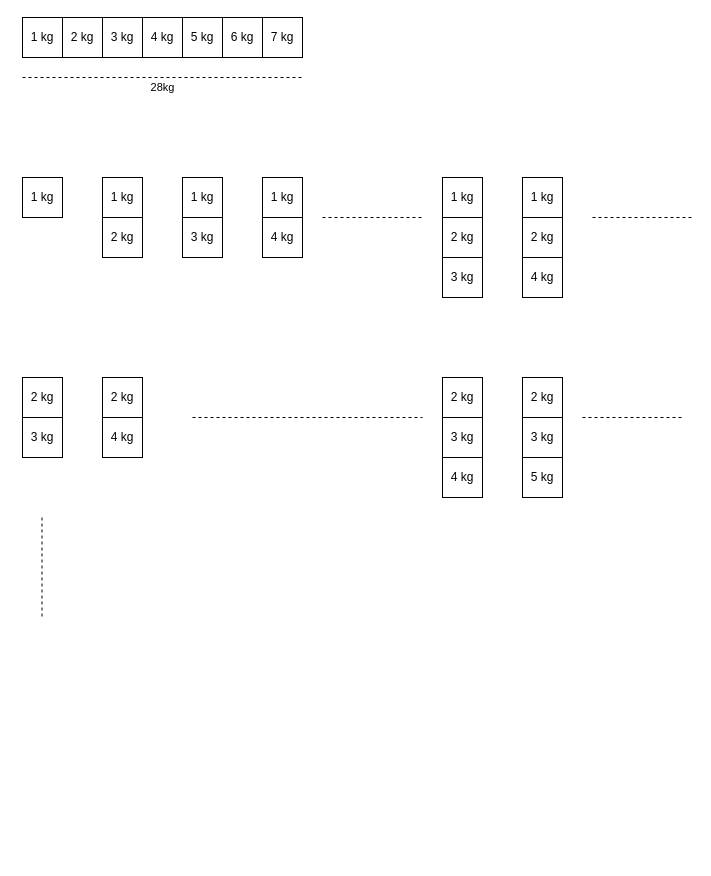
The draw.io diagram page "combination" (4 of 5) of leetcode/last-stone-weight-2/LastStoneWeight2.drawio in ledongthuc/notes, before the edit. Source tidied: cells renumbered, new cells numbered last; positions are measured from the earlier drawing's top-left corner, leaving out a move shared by most shapes. Both pictures are drawn from the tidied source at 100%, with x=0, y=0 at pixel (22, 17).
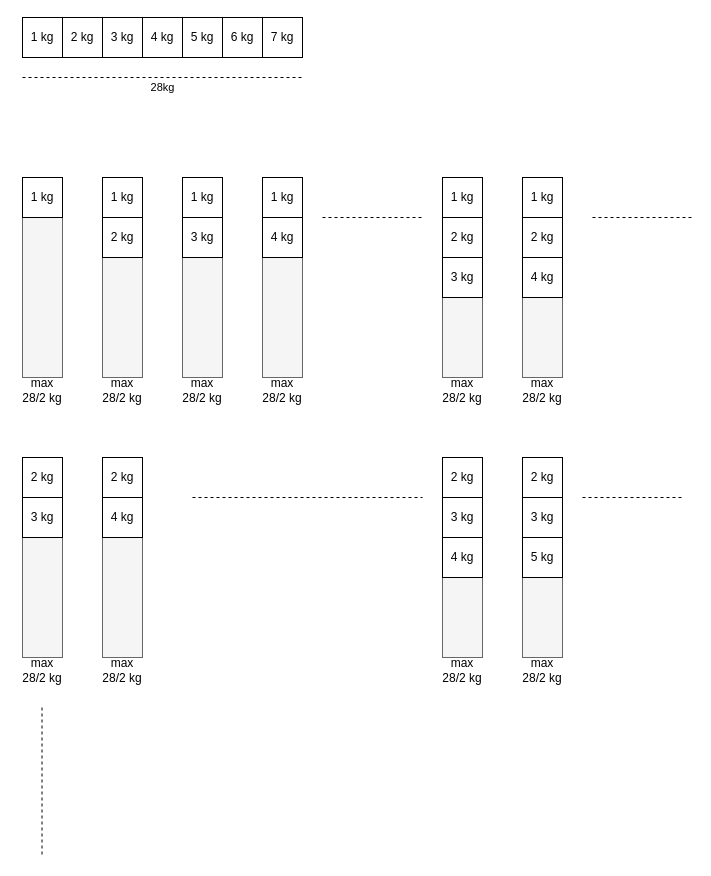
After the change.

Commit message (it also covers changes not shown here):
last stone weight 2

What changed in the source:
```diff
@@
+    <mxCell id="38" style="rounded=0;whiteSpace=wrap;html=1;fillColor=#f5f5f5;strokeColor=#666666;fontColor=#333333;" parent="1" vertex="1">
+      <mxGeometry x="80" y="160" width="40" height="200" as="geometry" />
+    </mxCell>
+    <mxCell id="39" style="rounded=0;whiteSpace=wrap;html=1;fillColor=#f5f5f5;strokeColor=#666666;fontColor=#333333;" parent="1" vertex="1">
+      <mxGeometry y="160" width="40" height="200" as="geometry" />
+    </mxCell>
+    <mxCell id="40" style="rounded=0;whiteSpace=wrap;html=1;fillColor=#f5f5f5;strokeColor=#666666;fontColor=#333333;" parent="1" vertex="1">
+      <mxGeometry x="160" y="160" width="40" height="200" as="geometry" />
+    </mxCell>
+    <mxCell id="41" style="rounded=0;whiteSpace=wrap;html=1;fillColor=#f5f5f5;strokeColor=#666666;fontColor=#333333;" parent="1" vertex="1">
+      <mxGeometry x="240" y="160" width="40" height="200" as="geometry" />
+    </mxCell>
+    <mxCell id="42" style="rounded=0;whiteSpace=wrap;html=1;fillColor=#f5f5f5;strokeColor=#666666;fontColor=#333333;" parent="1" vertex="1">
+      <mxGeometry x="420" y="160" width="40" height="200" as="geometry" />
+    </mxCell>
+    <mxCell id="43" style="rounded=0;whiteSpace=wrap;html=1;fillColor=#f5f5f5;strokeColor=#666666;fontColor=#333333;" parent="1" vertex="1">
+      <mxGeometry x="500" y="160" width="40" height="200" as="geometry" />
+    </mxCell>
+    <mxCell id="44" style="rounded=0;whiteSpace=wrap;html=1;fillColor=#f5f5f5;strokeColor=#666666;fontColor=#333333;" parent="1" vertex="1">
+      <mxGeometry x="500" y="440" width="40" height="200" as="geometry" />
+    </mxCell>
+    <mxCell id="45" style="rounded=0;whiteSpace=wrap;html=1;fillColor=#f5f5f5;strokeColor=#666666;fontColor=#333333;" parent="1" vertex="1">
+      <mxGeometry x="420" y="440" width="40" height="200" as="geometry" />
+    </mxCell>
+    <mxCell id="46" style="rounded=0;whiteSpace=wrap;html=1;fillColor=#f5f5f5;strokeColor=#666666;fontColor=#333333;" parent="1" vertex="1">
+      <mxGeometry x="80" y="440" width="40" height="200" as="geometry" />
+    </mxCell>
+    <mxCell id="47" style="rounded=0;whiteSpace=wrap;html=1;fillColor=#f5f5f5;strokeColor=#666666;fontColor=#333333;" parent="1" vertex="1">
+      <mxGeometry y="440" width="40" height="200" as="geometry" />
+    </mxCell>
+    <mxCell id="48" value="max 28/2 kg" style="text;html=1;strokeColor=none;fillColor=none;align=center;verticalAlign=middle;whiteSpace=wrap;rounded=0;" parent="1" vertex="1">
+      <mxGeometry x="-5" y="643" width="50" height="20" as="geometry" />
+    </mxCell>
+    <mxCell id="49" value="max 28/2 kg" style="text;html=1;strokeColor=none;fillColor=none;align=center;verticalAlign=middle;whiteSpace=wrap;rounded=0;" parent="1" vertex="1">
+      <mxGeometry x="75" y="363" width="50" height="20" as="geometry" />
+    </mxCell>
@@
     <mxCell id="24" value="2 kg" style="rounded=0;whiteSpace=wrap;html=1;" parent="1" vertex="1">
-      <mxGeometry y="360" width="40" height="40" as="geometry" />
+      <mxGeometry y="440" width="40" height="40" as="geometry" />
     </mxCell>
     <mxCell id="25" value="3 kg" style="rounded=0;whiteSpace=wrap;html=1;" parent="1" vertex="1">
-      <mxGeometry y="400" width="40" height="40" as="geometry" />
+      <mxGeometry y="480" width="40" height="40" as="geometry" />
     </mxCell>
     <mxCell id="26" value="2 kg" style="rounded=0;whiteSpace=wrap;html=1;" parent="1" vertex="1">
-      <mxGeometry x="80" y="360" width="40" height="40" as="geometry" />
+      <mxGeometry x="80" y="440" width="40" height="40" as="geometry" />
     </mxCell>
     <mxCell id="27" value="4 kg" style="rounded=0;whiteSpace=wrap;html=1;" parent="1" vertex="1">
-      <mxGeometry x="80" y="400" width="40" height="40" as="geometry" />
+      <mxGeometry x="80" y="480" width="40" height="40" as="geometry" />
     </mxCell>
@@
     <mxCell id="29" style="endArrow=none;dashed=1;html=1;" parent="1" edge="1">
       <mxGeometry relative="1" as="geometry">
-        <mxPoint x="170" y="400" as="sourcePoint" />
-        <mxPoint x="400" y="400" as="targetPoint" />
+        <mxPoint x="170" y="480" as="sourcePoint" />
+        <mxPoint x="400" y="480" as="targetPoint" />
       </mxGeometry>
     </mxCell>
     <mxCell id="30" value="2 kg" style="rounded=0;whiteSpace=wrap;html=1;" parent="1" vertex="1">
-      <mxGeometry x="420" y="360" width="40" height="40" as="geometry" />
+      <mxGeometry x="420" y="440" width="40" height="40" as="geometry" />
     </mxCell>
     <mxCell id="31" value="3 kg" style="rounded=0;whiteSpace=wrap;html=1;" parent="1" vertex="1">
-      <mxGeometry x="420" y="400" width="40" height="40" as="geometry" />
+      <mxGeometry x="420" y="480" width="40" height="40" as="geometry" />
     </mxCell>
     <mxCell id="32" value="4 kg" style="rounded=0;whiteSpace=wrap;html=1;" parent="1" vertex="1">
-      <mxGeometry x="420" y="440" width="40" height="40" as="geometry" />
+      <mxGeometry x="420" y="520" width="40" height="40" as="geometry" />
     </mxCell>
     <mxCell id="33" value="2 kg" style="rounded=0;whiteSpace=wrap;html=1;" parent="1" vertex="1">
-      <mxGeometry x="500" y="360" width="40" height="40" as="geometry" />
+      <mxGeometry x="500" y="440" width="40" height="40" as="geometry" />
     </mxCell>
     <mxCell id="34" value="3 kg" style="rounded=0;whiteSpace=wrap;html=1;" parent="1" vertex="1">
-      <mxGeometry x="500" y="400" width="40" height="40" as="geometry" />
+      <mxGeometry x="500" y="480" width="40" height="40" as="geometry" />
     </mxCell>
     <mxCell id="35" value="5 kg" style="rounded=0;whiteSpace=wrap;html=1;" parent="1" vertex="1">
-      <mxGeometry x="500" y="440" width="40" height="40" as="geometry" />
+      <mxGeometry x="500" y="520" width="40" height="40" as="geometry" />
     </mxCell>
     <mxCell id="36" style="endArrow=none;dashed=1;html=1;" parent="1" edge="1">
       <mxGeometry relative="1" as="geometry">
-        <mxPoint x="560" y="400" as="sourcePoint" />
-        <mxPoint x="660" y="400" as="targetPoint" />
+        <mxPoint x="560" y="480" as="sourcePoint" />
+        <mxPoint x="660" y="480" as="targetPoint" />
       </mxGeometry>
     </mxCell>
-    <mxCell id="37" style="endArrow=none;dashed=1;html=1;" parent="1" edge="1">
-      <mxGeometry relative="1" as="geometry">
-        <mxPoint x="19.5" y="500" as="sourcePoint" />
-        <mxPoint x="19.5" y="600.5" as="targetPoint" />
-      </mxGeometry>
-    </mxCell>
+    <mxCell id="50" value="max 28/2 kg" style="text;html=1;strokeColor=none;fillColor=none;align=center;verticalAlign=middle;whiteSpace=wrap;rounded=0;" parent="1" vertex="1">
+      <mxGeometry x="-5" y="363" width="50" height="20" as="geometry" />
+    </mxCell>
+    <mxCell id="51" value="max 28/2 kg" style="text;html=1;strokeColor=none;fillColor=none;align=center;verticalAlign=middle;whiteSpace=wrap;rounded=0;" parent="1" vertex="1">
+      <mxGeometry x="155" y="363" width="50" height="20" as="geometry" />
+    </mxCell>
+    <mxCell id="52" value="max 28/2 kg" style="text;html=1;strokeColor=none;fillColor=none;align=center;verticalAlign=middle;whiteSpace=wrap;rounded=0;" parent="1" vertex="1">
+      <mxGeometry x="235" y="363" width="50" height="20" as="geometry" />
+    </mxCell>
+    <mxCell id="53" value="max 28/2 kg" style="text;html=1;strokeColor=none;fillColor=none;align=center;verticalAlign=middle;whiteSpace=wrap;rounded=0;" parent="1" vertex="1">
+      <mxGeometry x="415" y="363" width="50" height="20" as="geometry" />
+    </mxCell>
+    <mxCell id="54" value="max 28/2 kg" style="text;html=1;strokeColor=none;fillColor=none;align=center;verticalAlign=middle;whiteSpace=wrap;rounded=0;" parent="1" vertex="1">
+      <mxGeometry x="495" y="363" width="50" height="20" as="geometry" />
+    </mxCell>
+    <mxCell id="55" value="max 28/2 kg" style="text;html=1;strokeColor=none;fillColor=none;align=center;verticalAlign=middle;whiteSpace=wrap;rounded=0;" parent="1" vertex="1">
+      <mxGeometry x="495" y="643" width="50" height="20" as="geometry" />
+    </mxCell>
+    <mxCell id="56" value="max 28/2 kg" style="text;html=1;strokeColor=none;fillColor=none;align=center;verticalAlign=middle;whiteSpace=wrap;rounded=0;" parent="1" vertex="1">
+      <mxGeometry x="415" y="643" width="50" height="20" as="geometry" />
+    </mxCell>
+    <mxCell id="57" value="max 28/2 kg" style="text;html=1;strokeColor=none;fillColor=none;align=center;verticalAlign=middle;whiteSpace=wrap;rounded=0;" parent="1" vertex="1">
+      <mxGeometry x="75" y="643" width="50" height="20" as="geometry" />
+    </mxCell>
+    <mxCell id="58" style="endArrow=none;dashed=1;html=1;" parent="1" edge="1">
+      <mxGeometry relative="1" as="geometry">
+        <mxPoint x="19.5" y="690" as="sourcePoint" />
+        <mxPoint x="19.5" y="840" as="targetPoint" />
+      </mxGeometry>
+    </mxCell>
```
